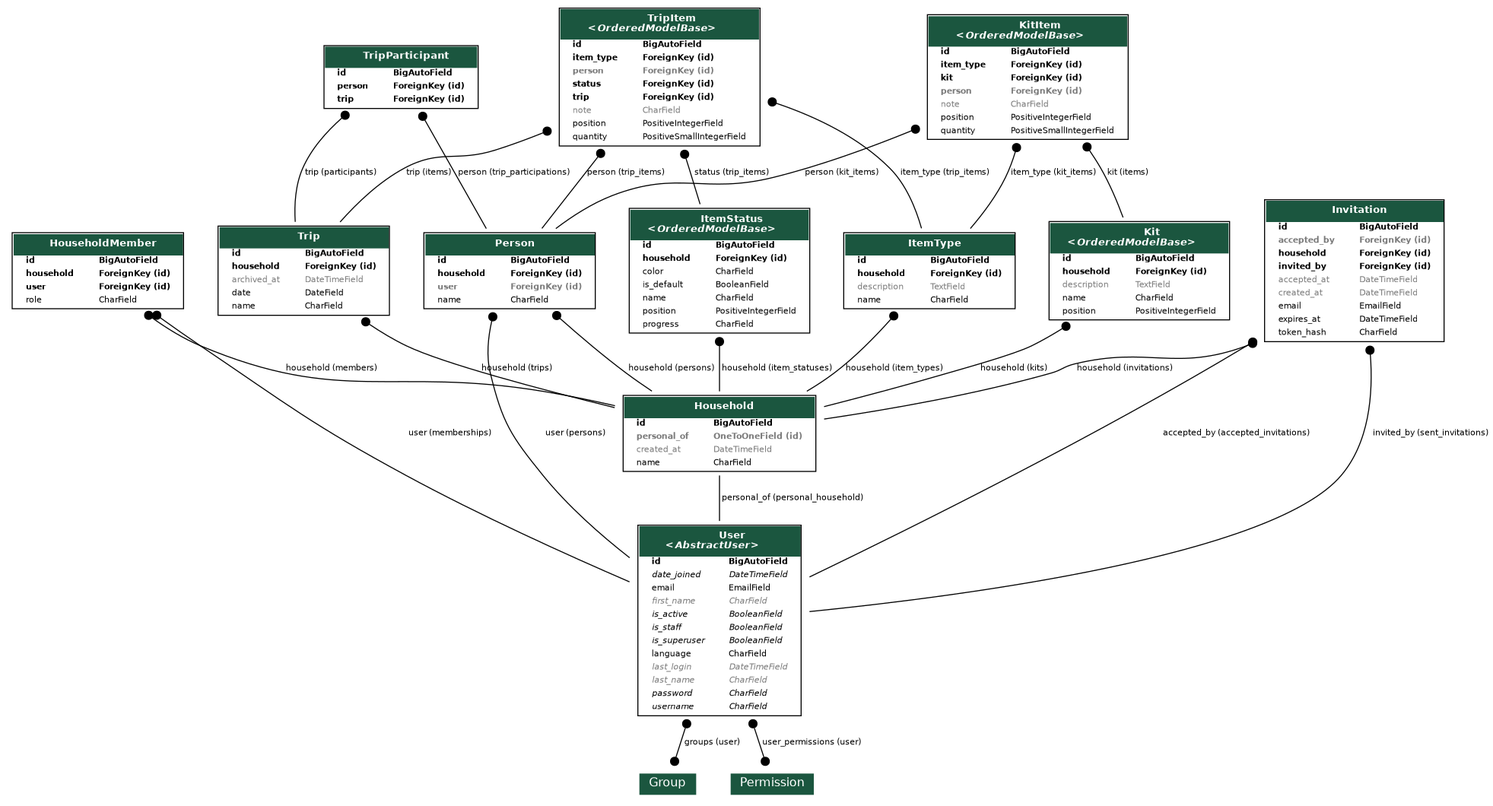
Before: docs/model/schema.png, a diagram exported from Graphviz (AxineTeam/tout-pris-api). Its source is kept beside it as docs/model/schema.dot.
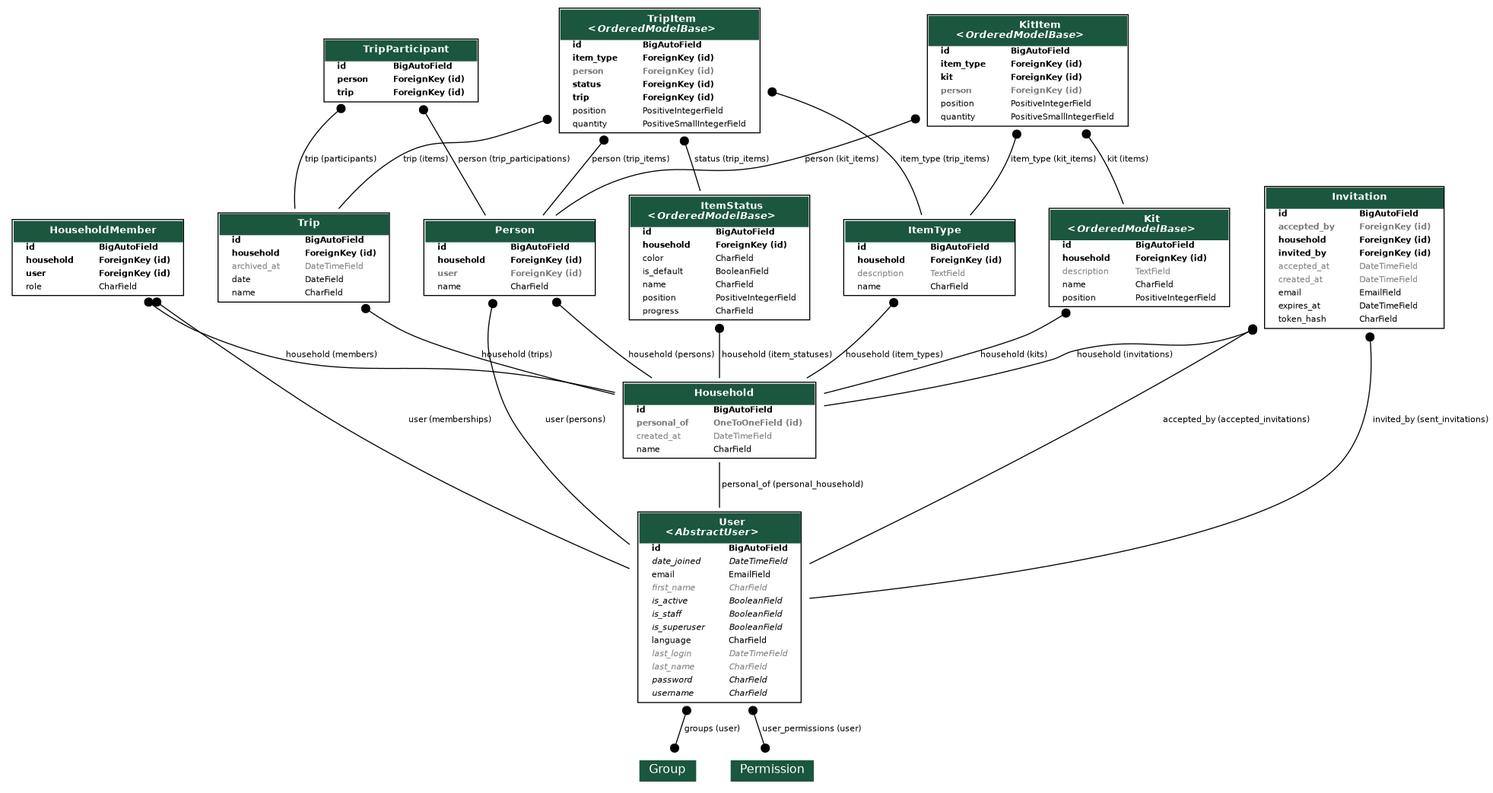
The same diagram one commit later.

Diff of the diagram source:
```diff
@@ -538,14 +538,6 @@
 
 
     <TR><TD ALIGN="LEFT" BORDER="0">
-    <FONT COLOR="#7B7B7B" FACE="Roboto">note</FONT>
-    </TD><TD ALIGN="LEFT">
-    <FONT COLOR="#7B7B7B" FACE="Roboto">CharField</FONT>
-    </TD></TR>
-
-
-
-    <TR><TD ALIGN="LEFT" BORDER="0">
     <FONT FACE="Roboto">position</FONT>
     </TD><TD ALIGN="LEFT">
     <FONT FACE="Roboto">PositiveIntegerField</FONT>
@@ -694,14 +686,6 @@
     <FONT FACE="Roboto"><B>trip</B></FONT>
     </TD><TD ALIGN="LEFT">
     <FONT FACE="Roboto"><B>ForeignKey (id)</B></FONT>
-    </TD></TR>
-
-
-
-    <TR><TD ALIGN="LEFT" BORDER="0">
-    <FONT COLOR="#7B7B7B" FACE="Roboto">note</FONT>
-    </TD><TD ALIGN="LEFT">
-    <FONT COLOR="#7B7B7B" FACE="Roboto">CharField</FONT>
     </TD></TR>
 
 
```
